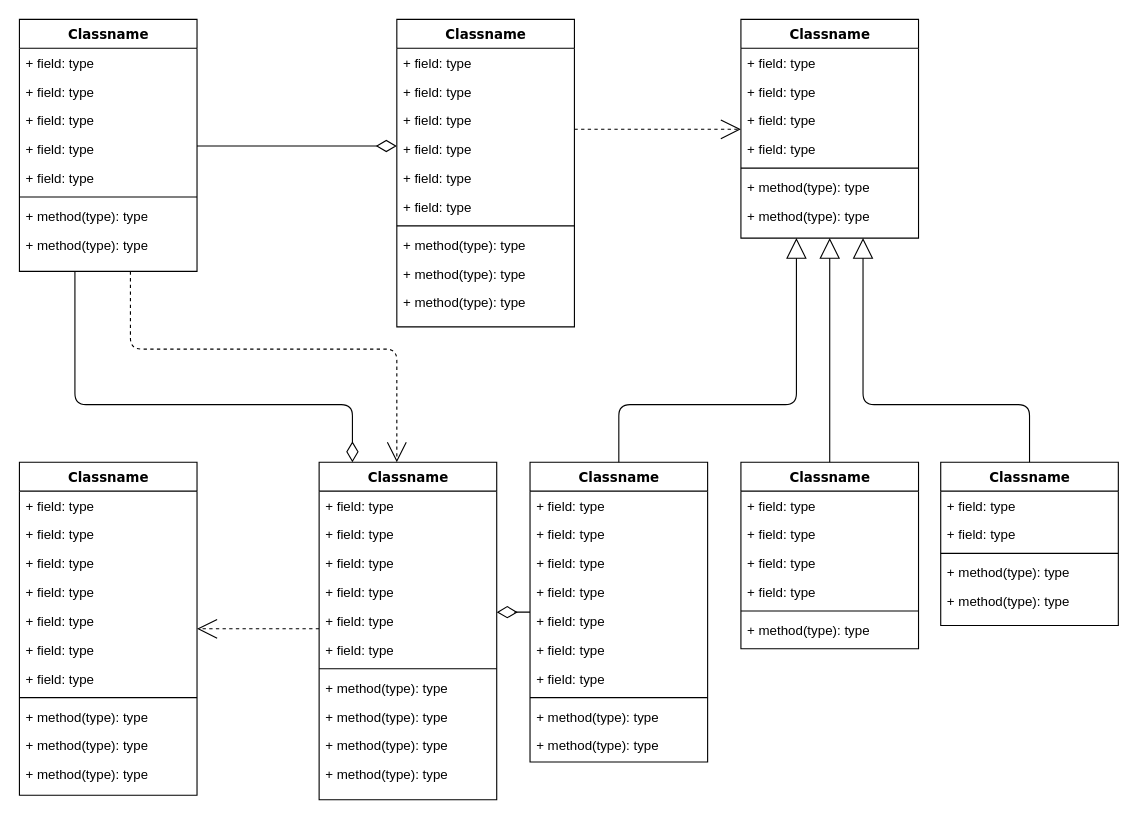
The draw.io diagram Assets/Untitled Diagram.drawio in yazmerydeleon/BoardGameToVideoGame, before the edit. Source tidied: cells renumbered, new cells numbered last; positions are measured from the earlier drawing's top-left corner, leaving out a move shared by most shapes. Both pictures are drawn from the tidied source at 111%, with x=0, y=0 at pixel (19, 19).
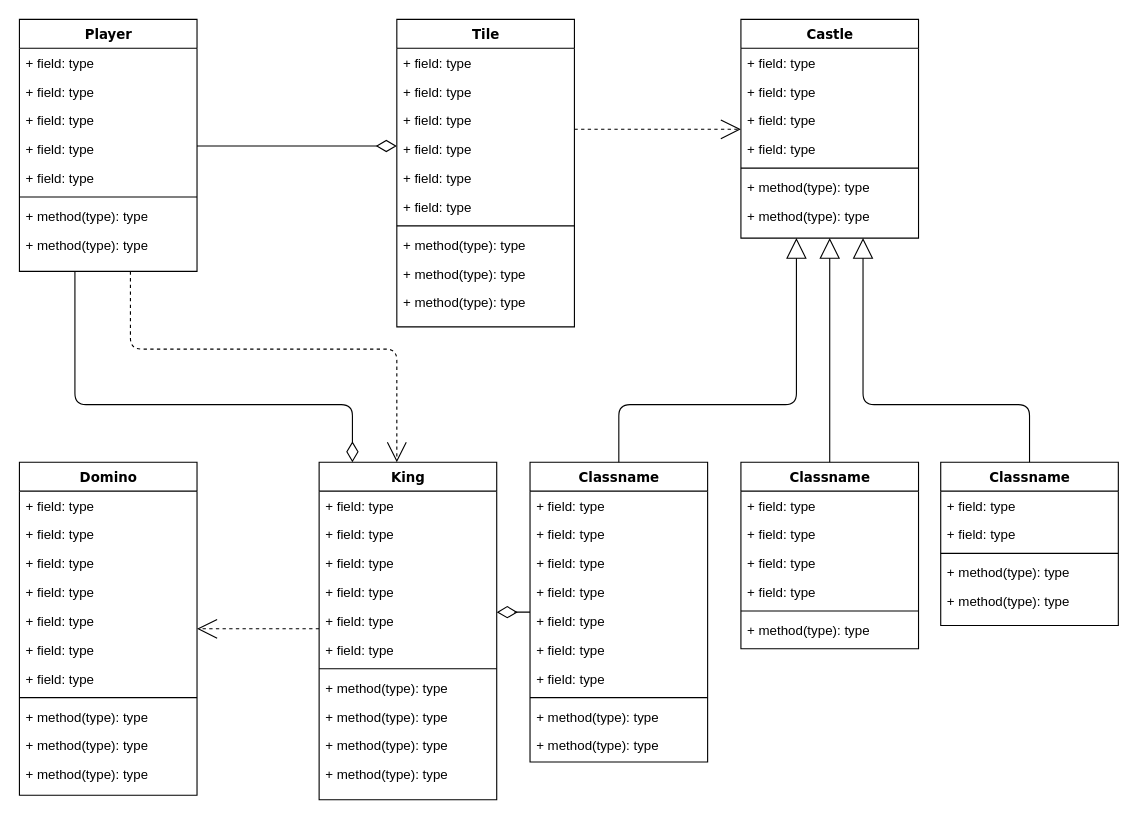
The same diagram, later.

Diff of the diagram source:
```diff
@@
-    <mxCell id="4" value="Classname" style="swimlane;html=1;fontStyle=1;align=center;verticalAlign=top;horizontal=1;startSize=26;swimlaneFillColor=#ffffff;rounded=0;shadow=0;comic=0;labelBackgroundColor=none;strokeWidth=1;fillColor=none;fontFamily=Verdana;fontSize=12;" parent="1" vertex="1">
+    <mxCell id="4" value="Player" style="swimlane;html=1;fontStyle=1;align=center;verticalAlign=top;horizontal=1;startSize=26;swimlaneFillColor=#ffffff;rounded=0;shadow=0;comic=0;labelBackgroundColor=none;strokeWidth=1;fillColor=none;fontFamily=Verdana;fontSize=12;" parent="1" vertex="1">
       <mxGeometry width="160" height="227" as="geometry" />
     </mxCell>
@@
-    <mxCell id="14" value="Classname" style="swimlane;html=1;fontStyle=1;align=center;verticalAlign=top;horizontal=1;startSize=26;swimlaneFillColor=#ffffff;rounded=0;shadow=0;comic=0;labelBackgroundColor=none;strokeWidth=1;fillColor=none;fontFamily=Verdana;fontSize=12;" parent="1" vertex="1">
+    <mxCell id="14" value="Tile" style="swimlane;html=1;fontStyle=1;align=center;verticalAlign=top;horizontal=1;startSize=26;swimlaneFillColor=#ffffff;rounded=0;shadow=0;comic=0;labelBackgroundColor=none;strokeWidth=1;fillColor=none;fontFamily=Verdana;fontSize=12;" parent="1" vertex="1">
       <mxGeometry x="340" width="160" height="277" as="geometry" />
     </mxCell>
@@
-    <mxCell id="25" value="Classname" style="swimlane;html=1;fontStyle=1;align=center;verticalAlign=top;horizontal=1;startSize=26;swimlaneFillColor=#ffffff;rounded=0;shadow=0;comic=0;labelBackgroundColor=none;strokeWidth=1;fillColor=none;fontFamily=Verdana;fontSize=12;" parent="1" vertex="1">
+    <mxCell id="25" value="Castle" style="swimlane;html=1;fontStyle=1;align=center;verticalAlign=top;horizontal=1;startSize=26;swimlaneFillColor=#ffffff;rounded=0;shadow=0;comic=0;labelBackgroundColor=none;strokeWidth=1;fillColor=none;fontFamily=Verdana;fontSize=12;" parent="1" vertex="1">
       <mxGeometry x="650" width="160" height="197" as="geometry" />
     </mxCell>
@@
-    <mxCell id="34" value="Classname" style="swimlane;html=1;fontStyle=1;align=center;verticalAlign=top;horizontal=1;startSize=26;swimlaneFillColor=#ffffff;rounded=0;shadow=0;comic=0;labelBackgroundColor=none;strokeWidth=1;fillColor=none;fontFamily=Verdana;fontSize=12;" parent="1" vertex="1">
+    <mxCell id="34" value="Domino" style="swimlane;html=1;fontStyle=1;align=center;verticalAlign=top;horizontal=1;startSize=26;swimlaneFillColor=#ffffff;rounded=0;shadow=0;comic=0;labelBackgroundColor=none;strokeWidth=1;fillColor=none;fontFamily=Verdana;fontSize=12;" parent="1" vertex="1">
       <mxGeometry y="399" width="160" height="300" as="geometry" />
     </mxCell>
@@
-    <mxCell id="47" value="Classname" style="swimlane;html=1;fontStyle=1;align=center;verticalAlign=top;horizontal=1;startSize=26;swimlaneFillColor=#ffffff;rounded=0;shadow=0;comic=0;labelBackgroundColor=none;strokeWidth=1;fillColor=none;fontFamily=Verdana;fontSize=12;" parent="1" vertex="1">
+    <mxCell id="47" value="King" style="swimlane;html=1;fontStyle=1;align=center;verticalAlign=top;horizontal=1;startSize=26;swimlaneFillColor=#ffffff;rounded=0;shadow=0;comic=0;labelBackgroundColor=none;strokeWidth=1;fillColor=none;fontFamily=Verdana;fontSize=12;" parent="1" vertex="1">
       <mxGeometry x="270" y="399" width="160" height="304" as="geometry" />
     </mxCell>
```
